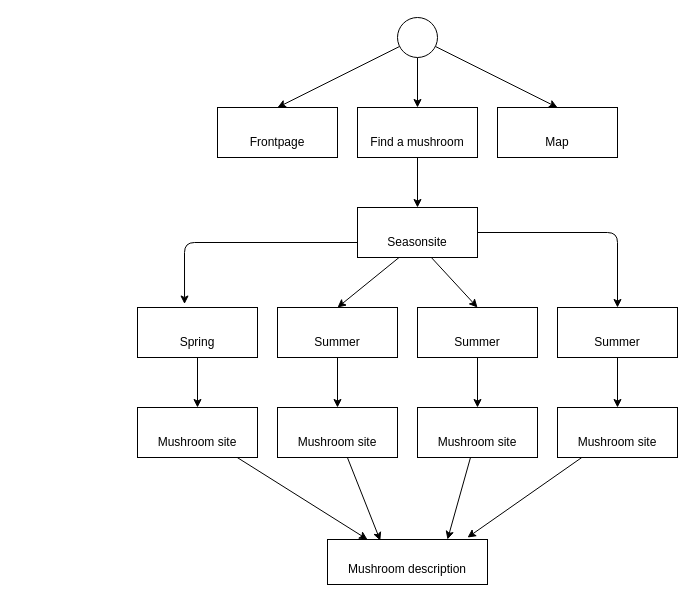
This is diagram.drawio from Emilieklestrup/vildmad-site, a draw.io file, before an edit. Source tidied: cells renumbered, new cells numbered last; positions are measured from the earlier drawing's top-left corner, leaving out a move shared by most shapes. Both pictures are drawn from the tidied source at 100%, with x=0, y=0 at pixel (137, 17).
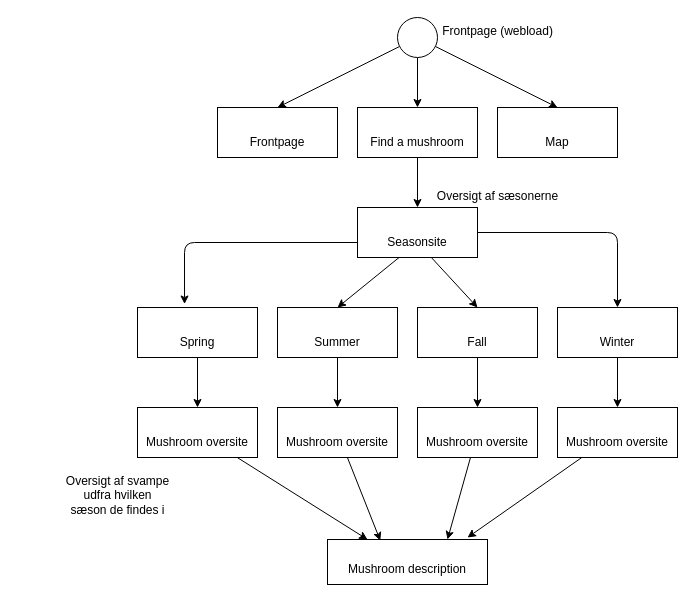
Above is the later version.

Commit message (it also covers changes not shown here):
fundet data

The change refers to these unchanged cells:
```xml
<mxCell id="26" style="align=right;verticalAlign=top;spacingRight=2;" parent="1" vertex="1">
  <mxGeometry x="280" y="290" width="120" height="50" as="geometry" />
</mxCell>
<mxCell id="29" style="align=right;verticalAlign=top;spacingRight=2;" parent="1" vertex="1">
  <mxGeometry x="420" y="290" width="120" height="50" as="geometry" />
</mxCell>
<mxCell id="32" style="align=right;verticalAlign=top;spacingRight=2;" parent="1" vertex="1">
  <mxGeometry y="390" width="120" height="50" as="geometry" />
</mxCell>
<mxCell id="35" style="align=right;verticalAlign=top;spacingRight=2;" parent="1" vertex="1">
  <mxGeometry x="140" y="390" width="120" height="50" as="geometry" />
</mxCell>
<mxCell id="38" style="align=right;verticalAlign=top;spacingRight=2;" parent="1" vertex="1">
  <mxGeometry x="280" y="390" width="120" height="50" as="geometry" />
</mxCell>
<mxCell id="41" style="align=right;verticalAlign=top;spacingRight=2;" parent="1" vertex="1">
  <mxGeometry x="420" y="390" width="120" height="50" as="geometry" />
</mxCell>
```

Change to the diagram source:
```diff
@@
-    <mxCell id="27" value="Summer" style="text;html=1;strokeColor=none;fillColor=none;align=center;verticalAlign=middle;spacingLeft=4;spacingRight=4;overflow=hidden;" parent="26" vertex="1">
+    <mxCell id="27" value="Fall" style="text;html=1;strokeColor=none;fillColor=none;align=center;verticalAlign=middle;spacingLeft=4;spacingRight=4;overflow=hidden;" parent="26" vertex="1">
       <mxGeometry y="1" width="120" height="30" relative="1" as="geometry">
         <mxPoint y="-30" as="offset" />
       </mxGeometry>
     </mxCell>
@@
-    <mxCell id="30" value="Summer" style="text;html=1;strokeColor=none;fillColor=none;align=center;verticalAlign=middle;spacingLeft=4;spacingRight=4;overflow=hidden;" parent="29" vertex="1">
+    <mxCell id="30" value="Winter" style="text;html=1;strokeColor=none;fillColor=none;align=center;verticalAlign=middle;spacingLeft=4;spacingRight=4;overflow=hidden;" parent="29" vertex="1">
       <mxGeometry y="1" width="120" height="30" relative="1" as="geometry">
         <mxPoint y="-30" as="offset" />
       </mxGeometry>
     </mxCell>
@@
-    <mxCell id="33" value="Mushroom site&lt;br&gt;" style="text;html=1;strokeColor=none;fillColor=none;align=center;verticalAlign=middle;spacingLeft=4;spacingRight=4;overflow=hidden;" parent="32" vertex="1">
+    <mxCell id="33" value="Mushroom oversite" style="text;html=1;strokeColor=none;fillColor=none;align=center;verticalAlign=middle;spacingLeft=4;spacingRight=4;overflow=hidden;" parent="32" vertex="1">
       <mxGeometry y="1" width="120" height="30" relative="1" as="geometry">
         <mxPoint y="-30" as="offset" />
       </mxGeometry>
     </mxCell>
@@
-    <mxCell id="36" value="Mushroom site&lt;br&gt;" style="text;html=1;strokeColor=none;fillColor=none;align=center;verticalAlign=middle;spacingLeft=4;spacingRight=4;overflow=hidden;" parent="35" vertex="1">
+    <mxCell id="36" value="Mushroom oversite" style="text;html=1;strokeColor=none;fillColor=none;align=center;verticalAlign=middle;spacingLeft=4;spacingRight=4;overflow=hidden;" parent="35" vertex="1">
       <mxGeometry y="1" width="120" height="30" relative="1" as="geometry">
         <mxPoint y="-30" as="offset" />
       </mxGeometry>
     </mxCell>
@@
-    <mxCell id="39" value="Mushroom site&lt;br&gt;" style="text;html=1;strokeColor=none;fillColor=none;align=center;verticalAlign=middle;spacingLeft=4;spacingRight=4;overflow=hidden;" parent="38" vertex="1">
+    <mxCell id="39" value="Mushroom oversite" style="text;html=1;strokeColor=none;fillColor=none;align=center;verticalAlign=middle;spacingLeft=4;spacingRight=4;overflow=hidden;" parent="38" vertex="1">
       <mxGeometry y="1" width="120" height="30" relative="1" as="geometry">
         <mxPoint y="-30" as="offset" />
       </mxGeometry>
     </mxCell>
@@
-    <mxCell id="42" value="Mushroom site&lt;br&gt;" style="text;html=1;strokeColor=none;fillColor=none;align=center;verticalAlign=middle;spacingLeft=4;spacingRight=4;overflow=hidden;" parent="41" vertex="1">
+    <mxCell id="42" value="Mushroom oversite" style="text;html=1;strokeColor=none;fillColor=none;align=center;verticalAlign=middle;spacingLeft=4;spacingRight=4;overflow=hidden;" parent="41" vertex="1">
       <mxGeometry y="1" width="120" height="30" relative="1" as="geometry">
         <mxPoint y="-30" as="offset" />
       </mxGeometry>
     </mxCell>
@@
+    <mxCell id="45" value="Frontpage (webload)" style="text;html=1;align=center;" parent="1" vertex="1">
+      <mxGeometry x="260" width="200" height="25" as="geometry" />
+    </mxCell>
+    <mxCell id="46" value="Oversigt af svampe &lt;br&gt;udfra hvilken &lt;br&gt;sæson de findes i" style="text;html=1;align=center;" parent="1" vertex="1">
+      <mxGeometry x="-120" y="450" width="200" height="25" as="geometry" />
+    </mxCell>
+    <mxCell id="47" value="Oversigt af sæsonerne" style="text;html=1;align=center;" parent="1" vertex="1">
+      <mxGeometry x="260" y="165" width="200" height="25" as="geometry" />
+    </mxCell>
```
